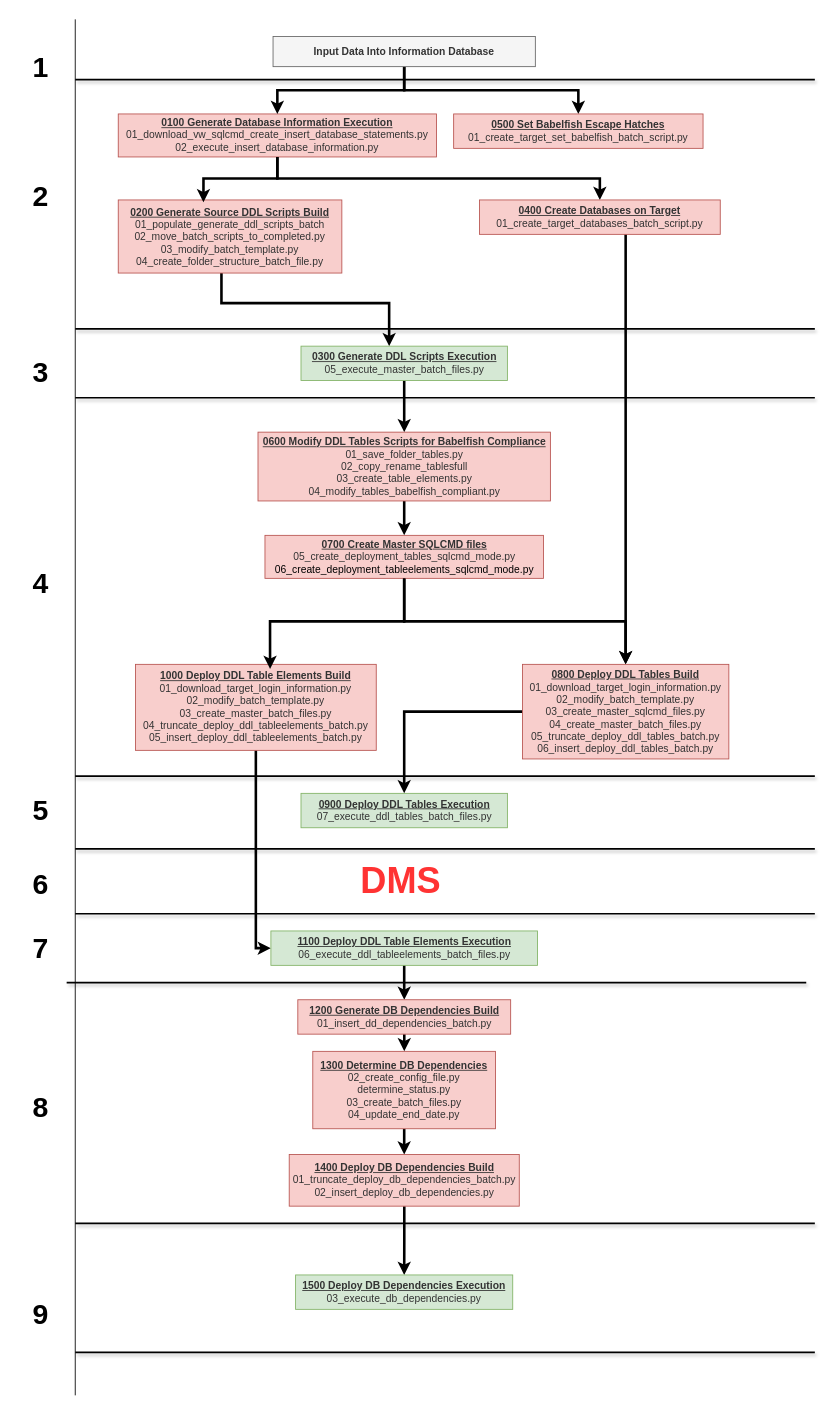
Before: Babelfish Deployment Utility Alpha.drawio in smpetersgithub/draw-diagrams-depot, a draw.io diagram. Source tidied: cells renumbered, new cells numbered last; positions are measured from the earlier drawing's top-left corner, leaving out a move shared by most shapes. Both pictures are drawn from the tidied source at 86%, with x=0, y=0 at pixel (15, 19).
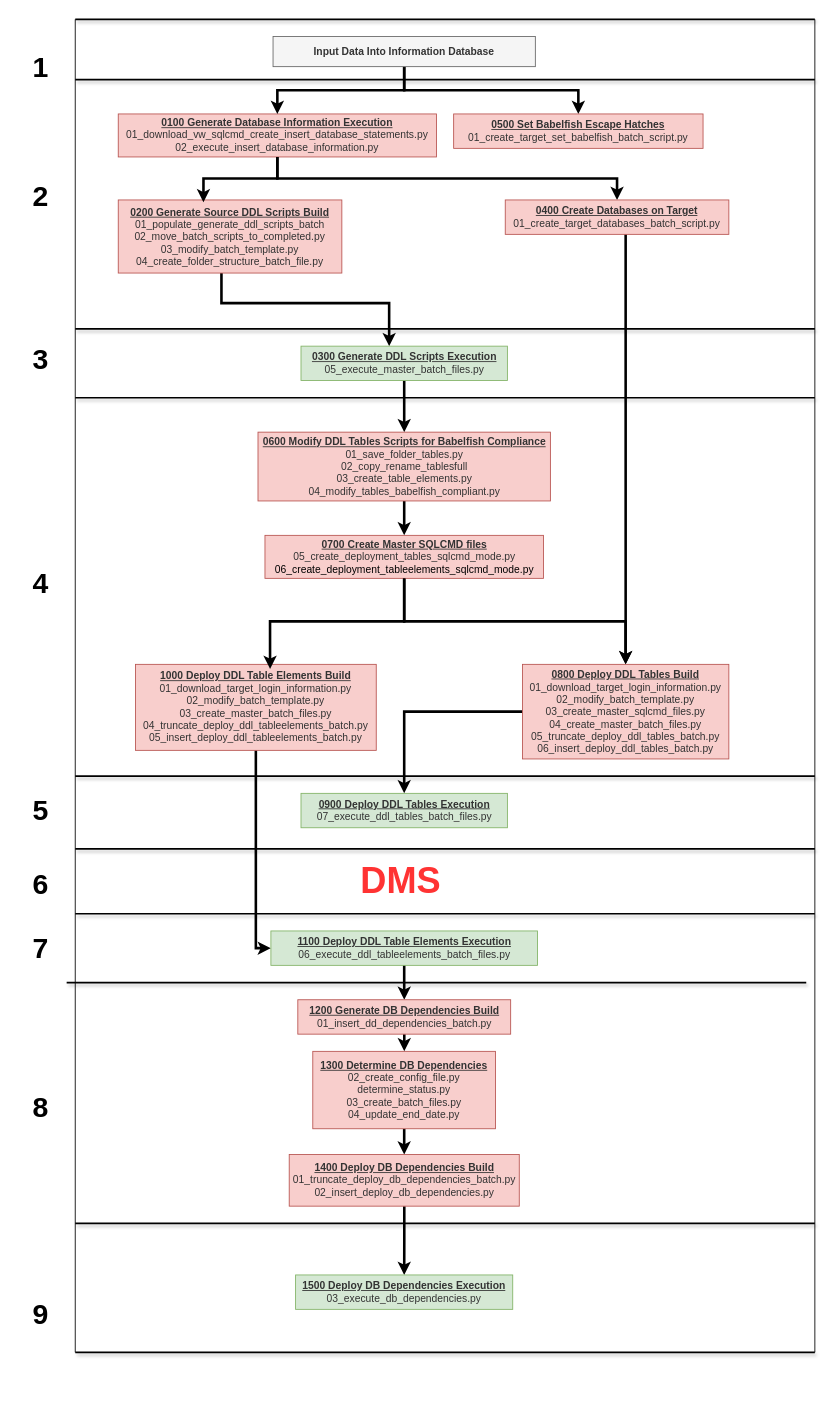
The same page after the edit.

Change to the diagram source:
```diff
@@
     <mxCell id="35" value="&lt;font style=&quot;font-size: 33px;&quot;&gt;&lt;b&gt;3&lt;/b&gt;&lt;/font&gt;" style="text;html=1;align=center;verticalAlign=middle;whiteSpace=wrap;rounded=0;" parent="1" vertex="1">
-      <mxGeometry y="395" width="60" height="30" as="geometry" />
+      <mxGeometry y="380" width="60" height="30" as="geometry" />
     </mxCell>
@@
     <mxCell id="44" value="&lt;span style=&quot;color: rgb(51, 51, 51);&quot;&gt;&lt;b&gt;&lt;u&gt;0400 Create Databases on Target&lt;/u&gt;&lt;/b&gt;&lt;/span&gt;&lt;div&gt;&lt;font color=&quot;#333333&quot;&gt;01_create_target_databases_batch_script.py&lt;/font&gt;&lt;br&gt;&lt;/div&gt;" style="rounded=0;whiteSpace=wrap;html=1;fillColor=#f8cecc;strokeColor=#b85450;" parent="1" vertex="1">
-      <mxGeometry x="540" y="210" width="280" height="40" as="geometry" />
+      <mxGeometry x="570" y="210" width="260" height="40" as="geometry" />
     </mxCell>
     <mxCell id="45" style="endArrow=none;html=1;rounded=0;" parent="1" edge="1">
       <mxGeometry relative="1" as="geometry">
-        <mxPoint x="70" y="1600" as="sourcePoint" />
+        <mxPoint x="70" y="1550" as="sourcePoint" />
         <mxPoint x="70" as="targetPoint" />
       </mxGeometry>
     </mxCell>
@@
+    <mxCell id="54" style="endArrow=none;html=1;rounded=0;strokeWidth=2;shadow=1;" parent="1" edge="1">
+      <mxGeometry relative="1" as="geometry">
+        <mxPoint x="70" as="sourcePoint" />
+        <mxPoint x="930" as="targetPoint" />
+      </mxGeometry>
+    </mxCell>
+    <mxCell id="55" style="endArrow=none;html=1;rounded=0;" parent="1" edge="1">
+      <mxGeometry relative="1" as="geometry">
+        <mxPoint x="930" y="1550" as="sourcePoint" />
+        <mxPoint x="930" as="targetPoint" />
+      </mxGeometry>
+    </mxCell>
```
